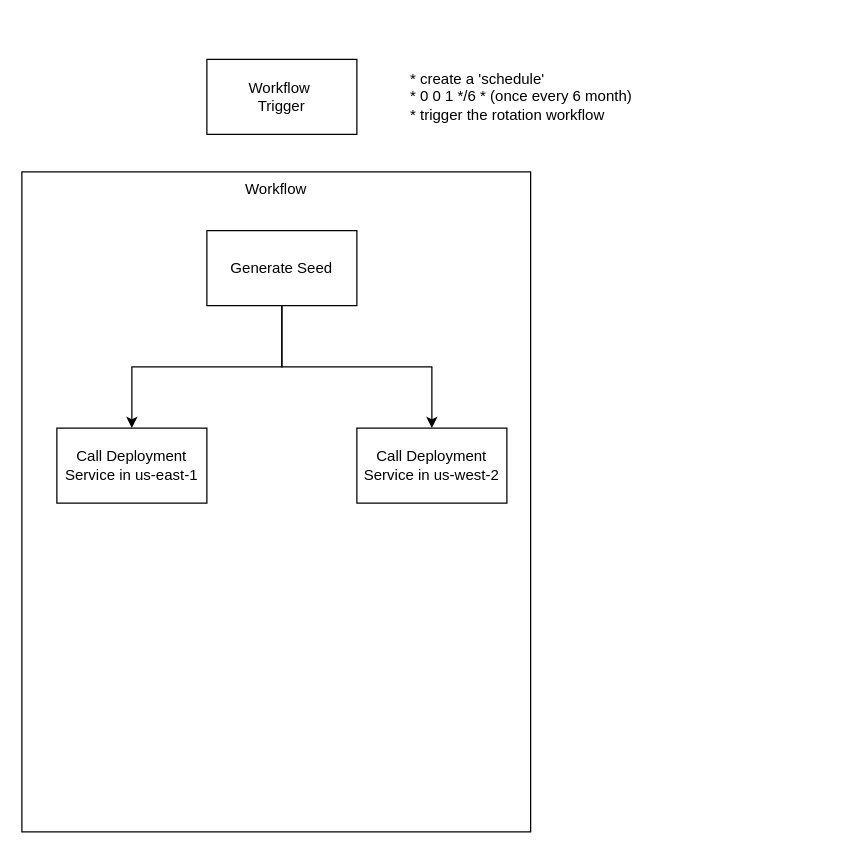
This is page "Page-2" (2 of 2) of cerberus/Rotate Transit Key.drawio from Albert-W/Draw_io, a draw.io file, before an edit. Source tidied: cells renumbered, new cells numbered last; positions are measured from the earlier drawing's top-left corner, leaving out a move shared by most shapes. Both pictures are drawn from the tidied source at 125%, with x=0, y=0 at pixel (21, 59).
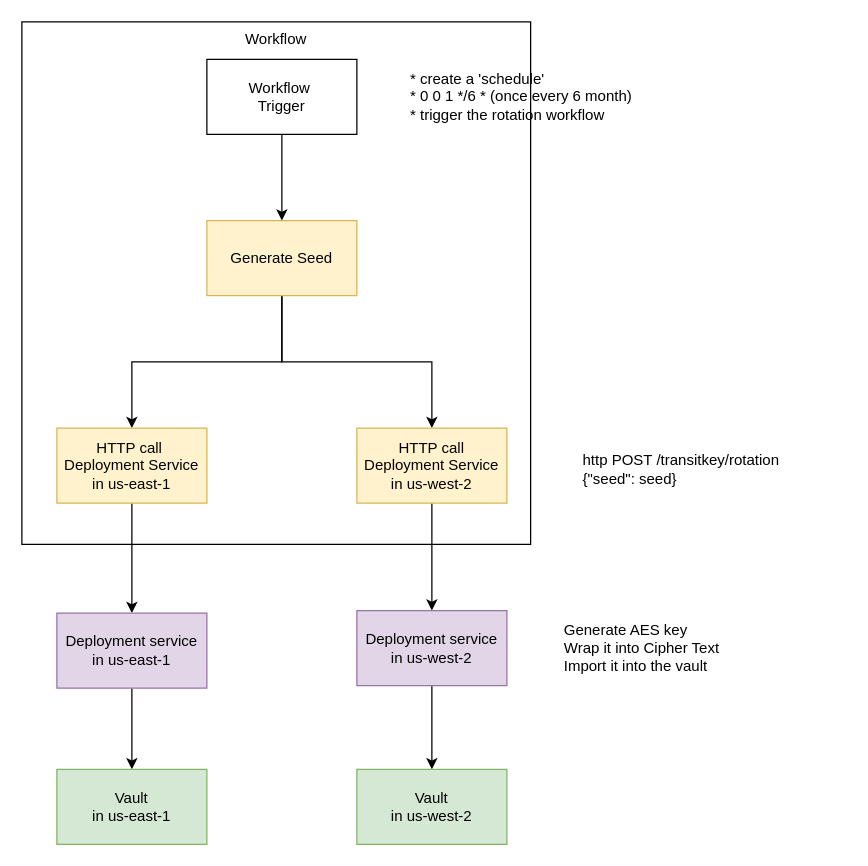
The same diagram, later.

Diff of the diagram source:
```diff
@@
-    <mxCell id="2" value="Workflow&amp;nbsp;&lt;br&gt;Trigger" style="rounded=0;whiteSpace=wrap;html=1;" parent="1" vertex="1">
-      <mxGeometry x="148" width="120" height="60" as="geometry" />
-    </mxCell>
-    <mxCell id="3" value="* create a 'schedule'&lt;br&gt;*&amp;nbsp;0 0 1 */6 * (once every 6 month)&lt;br&gt;* trigger the rotation workflow" style="text;html=1;strokeColor=none;fillColor=none;align=left;verticalAlign=middle;whiteSpace=wrap;rounded=0;" parent="1" vertex="1">
-      <mxGeometry x="309" y="2" width="350" height="56" as="geometry" />
-    </mxCell>
     <mxCell id="4" value="Workflow&lt;br&gt;" style="rounded=0;whiteSpace=wrap;html=1;align=center;verticalAlign=top;" parent="1" vertex="1">
-      <mxGeometry y="90" width="407" height="528" as="geometry" />
+      <mxGeometry y="-30" width="407" height="418" as="geometry" />
     </mxCell>
@@
-    <mxCell id="7" value="Generate Seed" style="rounded=0;whiteSpace=wrap;html=1;" parent="1" vertex="1">
-      <mxGeometry x="148" y="137" width="120" height="60" as="geometry" />
+    <mxCell id="7" value="Generate Seed" style="rounded=0;whiteSpace=wrap;html=1;fillColor=#fff2cc;strokeColor=#d6b656;" parent="1" vertex="1">
+      <mxGeometry x="148" y="129" width="120" height="60" as="geometry" />
     </mxCell>
+    <mxCell id="10" style="edgeStyle=orthogonalEdgeStyle;rounded=0;jettySize=auto;html=1;exitX=0.5;exitY=1;exitDx=0;exitDy=0;" parent="1" edge="1" source="8" target="14">
+      <mxGeometry relative="1" as="geometry" />
+    </mxCell>
-    <mxCell id="8" value="Call Deployment Service in us-east-1" style="rounded=0;whiteSpace=wrap;html=1;" parent="1" vertex="1">
+    <mxCell id="8" value="HTTP call&amp;nbsp; Deployment Service in us-east-1" style="rounded=0;whiteSpace=wrap;html=1;fillColor=#fff2cc;strokeColor=#d6b656;" parent="1" vertex="1">
       <mxGeometry x="28" y="295" width="120" height="60" as="geometry" />
     </mxCell>
+    <mxCell id="11" style="edgeStyle=orthogonalEdgeStyle;rounded=0;jettySize=auto;html=1;exitX=0.5;exitY=1;exitDx=0;exitDy=0;" parent="1" edge="1" source="9" target="16">
+      <mxGeometry relative="1" as="geometry" />
+    </mxCell>
-    <mxCell id="9" value="Call Deployment Service in us-west-2" style="rounded=0;whiteSpace=wrap;html=1;" parent="1" vertex="1">
+    <mxCell id="9" value="HTTP call Deployment Service in us-west-2" style="rounded=0;whiteSpace=wrap;html=1;fillColor=#fff2cc;strokeColor=#d6b656;" parent="1" vertex="1">
       <mxGeometry x="268" y="295" width="120" height="60" as="geometry" />
     </mxCell>
+    <mxCell id="12" value="http POST /transitkey/rotation&amp;nbsp;&lt;br&gt;{&quot;seed&quot;: seed}" style="text;html=1;strokeColor=none;fillColor=none;align=left;verticalAlign=middle;whiteSpace=wrap;rounded=0;" parent="1" vertex="1">
+      <mxGeometry x="447" y="292" width="206" height="72" as="geometry" />
+    </mxCell>
+    <mxCell id="13" style="edgeStyle=orthogonalEdgeStyle;rounded=0;jettySize=auto;html=1;" parent="1" edge="1" source="14" target="17">
+      <mxGeometry relative="1" as="geometry" />
+    </mxCell>
+    <mxCell id="14" value="Deployment service&lt;br&gt;in us-east-1" style="rounded=0;whiteSpace=wrap;html=1;fillColor=#e1d5e7;strokeColor=#9673a6;" parent="1" vertex="1">
+      <mxGeometry x="28" y="443" width="120" height="60" as="geometry" />
+    </mxCell>
+    <mxCell id="15" style="edgeStyle=orthogonalEdgeStyle;rounded=0;jettySize=auto;html=1;" parent="1" edge="1" source="16" target="18">
+      <mxGeometry relative="1" as="geometry" />
+    </mxCell>
+    <mxCell id="16" value="Deployment service&lt;br&gt;in us-west-2" style="rounded=0;whiteSpace=wrap;html=1;fillColor=#e1d5e7;strokeColor=#9673a6;" parent="1" vertex="1">
+      <mxGeometry x="268" y="441" width="120" height="60" as="geometry" />
+    </mxCell>
+    <mxCell id="17" value="Vault&lt;br&gt;in us-east-1" style="rounded=0;whiteSpace=wrap;html=1;fillColor=#d5e8d4;strokeColor=#82b366;" parent="1" vertex="1">
+      <mxGeometry x="28" y="568" width="120" height="60" as="geometry" />
+    </mxCell>
+    <mxCell id="18" value="Vault&lt;br&gt;in us-west-2" style="rounded=0;whiteSpace=wrap;html=1;fillColor=#d5e8d4;strokeColor=#82b366;" parent="1" vertex="1">
+      <mxGeometry x="268" y="568" width="120" height="60" as="geometry" />
+    </mxCell>
+    <mxCell id="19" value="Generate AES key&lt;br&gt;Wrap it into Cipher Text&lt;br&gt;Import it into the vault" style="text;html=1;strokeColor=none;fillColor=none;align=left;verticalAlign=top;whiteSpace=wrap;rounded=0;" parent="1" vertex="1">
+      <mxGeometry x="432" y="443" width="181" height="65" as="geometry" />
+    </mxCell>
+    <mxCell id="20" style="edgeStyle=orthogonalEdgeStyle;rounded=0;jettySize=auto;html=1;exitX=0.5;exitY=1;exitDx=0;exitDy=0;" parent="1" edge="1" source="2" target="7">
+      <mxGeometry relative="1" as="geometry" />
+    </mxCell>
+    <mxCell id="2" value="Workflow&amp;nbsp;&lt;br&gt;Trigger" style="rounded=0;whiteSpace=wrap;html=1;" parent="1" vertex="1">
+      <mxGeometry x="148" width="120" height="60" as="geometry" />
+    </mxCell>
+    <mxCell id="3" value="* create a 'schedule'&lt;br&gt;*&amp;nbsp;0 0 1 */6 * (once every 6 month)&lt;br&gt;* trigger the rotation workflow" style="text;html=1;strokeColor=none;fillColor=none;align=left;verticalAlign=middle;whiteSpace=wrap;rounded=0;" parent="1" vertex="1">
+      <mxGeometry x="309" y="2" width="350" height="56" as="geometry" />
+    </mxCell>
```
